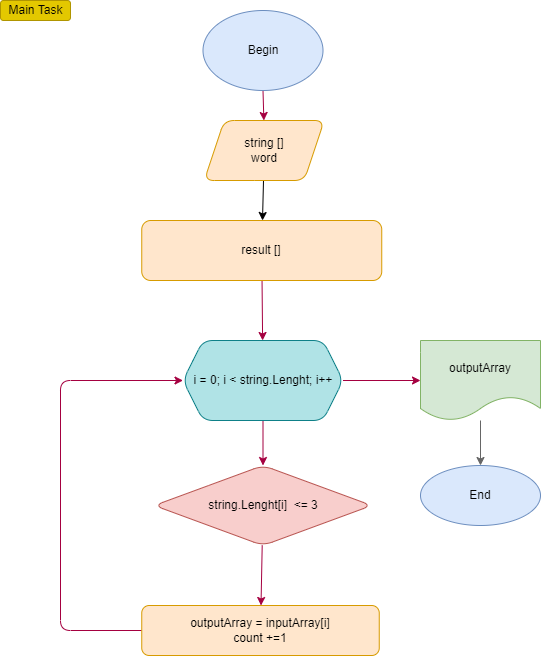
Before: Diagram.drawio.png, a diagram exported from draw.io (Devodest/ControlWork). Source tidied: cells renumbered, new cells last; positions are measured from the earlier drawing's top-left corner, leaving out a move shared by most shapes.
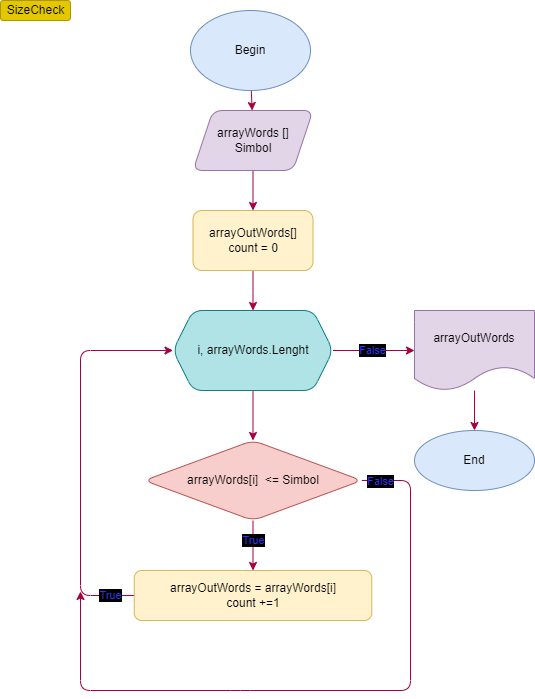
After the commit.

Change to the diagram source:
```diff
@@ -2,18 +2,12 @@
   <root>
     <mxCell id="0" />
     <mxCell id="1" parent="0" />
-    <mxCell id="2" style="edgeStyle=none;html=1;fillColor=#d80073;strokeColor=#A50040;rounded=1;" parent="1" edge="1" source="3" target="18">
+    <mxCell id="2" style="edgeStyle=none;rounded=1;html=1;fontColor=#FFFFFF;fillColor=#d80073;strokeColor=#A50040;" parent="1" edge="1" source="3" target="18">
       <mxGeometry relative="1" as="geometry" />
     </mxCell>
     <mxCell id="3" value="Begin" style="ellipse;whiteSpace=wrap;html=1;fillColor=#dae8fc;strokeColor=#6c8ebf;rounded=1;" parent="1" vertex="1">
-      <mxGeometry x="202.5" y="10" width="120" height="80" as="geometry" />
+      <mxGeometry x="190" y="10" width="120" height="80" as="geometry" />
     </mxCell>
-    <mxCell id="4" style="edgeStyle=none;html=1;fillColor=#d80073;strokeColor=#A50040;rounded=1;" parent="1" edge="1" source="5" target="16">
-      <mxGeometry relative="1" as="geometry" />
-    </mxCell>
-    <mxCell id="5" value="result []" style="rounded=1;whiteSpace=wrap;html=1;fillColor=#ffe6cc;strokeColor=#d79b00;" parent="1" vertex="1">
-      <mxGeometry x="141.2" y="220" width="240" height="60" as="geometry" />
-    </mxCell>
     <mxCell id="6" style="edgeStyle=none;html=1;fillColor=#d80073;strokeColor=#A50040;rounded=1;exitX=0.5;exitY=1;exitDx=0;exitDy=0;exitPerimeter=0;" parent="1" edge="1" source="16" target="9">
       <mxGeometry relative="1" as="geometry" />
     </mxCell>
@@ -23,40 +17,71 @@
     <mxCell id="8" style="edgeStyle=none;html=1;fillColor=#d80073;strokeColor=#A50040;rounded=1;" parent="1" edge="1" source="9" target="11">
       <mxGeometry relative="1" as="geometry" />
     </mxCell>
+    <mxCell id="19" style="edgeStyle=none;rounded=1;html=1;fontColor=#FFFFFF;fillColor=#d80073;strokeColor=#A50040;" parent="1" edge="1" source="9">
+      <mxGeometry relative="1" as="geometry">
+        <mxPoint x="80" y="591" as="targetPoint" />
+        <Array as="points">
+          <mxPoint x="410" y="480" />
+          <mxPoint x="410" y="690" />
+          <mxPoint x="240" y="690" />
+          <mxPoint x="80" y="690" />
+        </Array>
+      </mxGeometry>
+    </mxCell>
+    <mxCell id="20" value="False" style="edgeLabel;html=1;align=center;verticalAlign=middle;fontColor=#3333FF;labelBorderColor=none;labelBackgroundColor=#000000;" parent="19" vertex="1">
+      <mxGeometry x="-0.64" y="1" relative="1" as="geometry">
+        <mxPoint x="-31" y="-75" as="offset" />
+      </mxGeometry>
+    </mxCell>
-    <mxCell id="9" value="string.Lenght[i]&amp;nbsp; &amp;lt;= 3" style="rhombus;whiteSpace=wrap;html=1;rounded=1;fillColor=#f8cecc;strokeColor=#b85450;" parent="1" vertex="1">
-      <mxGeometry x="153.8" y="465" width="217.5" height="80" as="geometry" />
+    <mxCell id="9" value="arrayWords[i]&amp;nbsp; &amp;lt;= Simbol" style="rhombus;whiteSpace=wrap;html=1;rounded=1;fillColor=#f8cecc;strokeColor=#b85450;" parent="1" vertex="1">
+      <mxGeometry x="143.8" y="440" width="217.5" height="80" as="geometry" />
     </mxCell>
     <mxCell id="10" style="edgeStyle=none;rounded=1;html=1;entryX=0;entryY=0.5;entryDx=0;entryDy=0;fontColor=#FFFFFF;fillColor=#d80073;strokeColor=#A50040;" parent="1" edge="1" source="11" target="16">
       <mxGeometry relative="1" as="geometry">
         <Array as="points">
-          <mxPoint x="60" y="630" />
-          <mxPoint x="60" y="380" />
+          <mxPoint x="80" y="595" />
+          <mxPoint x="80" y="350" />
         </Array>
       </mxGeometry>
     </mxCell>
-    <mxCell id="11" value="outputArray = inputArray[i]&lt;br&gt;count +=1" style="whiteSpace=wrap;html=1;rounded=1;fillColor=#ffe6cc;strokeColor=#d79b00;" parent="1" vertex="1">
-      <mxGeometry x="141.2" y="605" width="237.5" height="50" as="geometry" />
+    <mxCell id="11" value="arrayOutWords&amp;nbsp;= arrayWords[i]&lt;br&gt;count +=1" style="whiteSpace=wrap;html=1;rounded=1;fillColor=#fff2cc;strokeColor=#d6b656;" parent="1" vertex="1">
+      <mxGeometry x="133.8" y="570" width="237.5" height="50" as="geometry" />
     </mxCell>
-    <mxCell id="12" style="edgeStyle=none;html=1;fillColor=#f5f5f5;strokeColor=#666666;rounded=1;" parent="1" edge="1" source="13" target="14">
+    <mxCell id="12" style="edgeStyle=none;html=1;fillColor=#d80073;strokeColor=#A50040;rounded=1;" parent="1" edge="1" source="13" target="14">
       <mxGeometry relative="1" as="geometry" />
     </mxCell>
-    <mxCell id="13" value="outputArray" style="shape=document;whiteSpace=wrap;html=1;boundedLbl=1;rounded=1;fillColor=#d5e8d4;strokeColor=#82b366;" parent="1" vertex="1">
-      <mxGeometry x="420" y="340" width="120" height="80" as="geometry" />
+    <mxCell id="13" value="arrayOutWords" style="shape=document;whiteSpace=wrap;html=1;boundedLbl=1;rounded=1;fillColor=#e1d5e7;strokeColor=#9673a6;" parent="1" vertex="1">
+      <mxGeometry x="414" y="310" width="120" height="80" as="geometry" />
     </mxCell>
     <mxCell id="14" value="End" style="ellipse;whiteSpace=wrap;html=1;rounded=1;fillColor=#dae8fc;strokeColor=#6c8ebf;" parent="1" vertex="1">
-      <mxGeometry x="420" y="465" width="120" height="60" as="geometry" />
+      <mxGeometry x="414" y="430" width="120" height="60" as="geometry" />
     </mxCell>
-    <mxCell id="15" value="Main Task" style="text;html=1;align=center;verticalAlign=middle;strokeColor=#B09500;fillColor=#e3c800;rounded=1;fontColor=#000000;" parent="1" vertex="1">
+    <mxCell id="15" value="SizeCheck" style="text;html=1;align=center;verticalAlign=middle;strokeColor=#B09500;fillColor=#e3c800;rounded=1;fontColor=#000000;" parent="1" vertex="1">
       <mxGeometry width="70" height="20" as="geometry" />
     </mxCell>
-    <mxCell id="16" value="i = 0; i &amp;lt; string.Lenght; i++" style="shape=hexagon;perimeter=hexagonPerimeter2;whiteSpace=wrap;html=1;fixedSize=1;rounded=1;fillColor=#b0e3e6;strokeColor=#0e8088;" parent="1" vertex="1">
-      <mxGeometry x="182.5" y="340" width="160" height="80" as="geometry" />
+    <mxCell id="16" value="i, arrayWords.Lenght" style="shape=hexagon;perimeter=hexagonPerimeter2;whiteSpace=wrap;html=1;fixedSize=1;rounded=1;fillColor=#b0e3e6;strokeColor=#0e8088;" parent="1" vertex="1">
+      <mxGeometry x="172.5" y="310" width="160" height="80" as="geometry" />
     </mxCell>
-    <mxCell id="17" style="edgeStyle=none;rounded=1;html=1;fontColor=#FFFFFF;" parent="1" edge="1" source="18" target="5">
-      <mxGeometry relative="1" as="geometry" />
-    </mxCell>
+    <mxCell id="21" style="edgeStyle=none;rounded=1;html=1;fontColor=#FFFFFF;fillColor=#d80073;strokeColor=#A50040;" parent="1" edge="1" source="18" target="23">
+      <mxGeometry relative="1" as="geometry" />
+    </mxCell>
-    <mxCell id="18" value="string []&lt;br&gt;word" style="shape=parallelogram;perimeter=parallelogramPerimeter;whiteSpace=wrap;html=1;fixedSize=1;fillColor=#ffe6cc;strokeColor=#d79b00;rounded=1;" parent="1" vertex="1">
-      <mxGeometry x="203.8" y="120" width="120" height="60" as="geometry" />
+    <mxCell id="18" value="arrayWords []&lt;br&gt;Simbol" style="shape=parallelogram;perimeter=parallelogramPerimeter;whiteSpace=wrap;html=1;fixedSize=1;fillColor=#e1d5e7;strokeColor=#9673a6;rounded=1;" parent="1" vertex="1">
+      <mxGeometry x="192.5" y="110" width="120" height="60" as="geometry" />
     </mxCell>
+    <mxCell id="22" style="edgeStyle=none;rounded=1;html=1;fontColor=#FFFFFF;fillColor=#d80073;strokeColor=#A50040;" parent="1" edge="1" source="23" target="16">
+      <mxGeometry relative="1" as="geometry" />
+    </mxCell>
+    <mxCell id="23" value="&lt;span&gt;arrayOutWords[]&lt;br&gt;count = 0&lt;br&gt;&lt;/span&gt;" style="whiteSpace=wrap;html=1;fillColor=#fff2cc;strokeColor=#d6b656;rounded=1;" parent="1" vertex="1">
+      <mxGeometry x="192.5" y="210" width="120" height="60" as="geometry" />
+    </mxCell>
+    <mxCell id="24" value="False" style="edgeLabel;html=1;align=center;verticalAlign=middle;fontColor=#3333FF;labelBorderColor=none;labelBackgroundColor=#000000;" parent="1" vertex="1">
+      <mxGeometry x="371.2" y="350" as="geometry" />
+    </mxCell>
+    <mxCell id="25" value="True" style="edgeLabel;html=1;align=center;verticalAlign=middle;fontColor=#3333FF;labelBackgroundColor=#000000;" parent="1" vertex="1">
+      <mxGeometry x="252.5" y="540" as="geometry" />
+    </mxCell>
+    <mxCell id="26" value="True" style="edgeLabel;html=1;align=center;verticalAlign=middle;fontColor=#3333FF;labelBackgroundColor=#000000;" parent="1" vertex="1">
+      <mxGeometry x="110" y="595" as="geometry" />
+    </mxCell>
   </root>
 </mxGraphModel>
```
